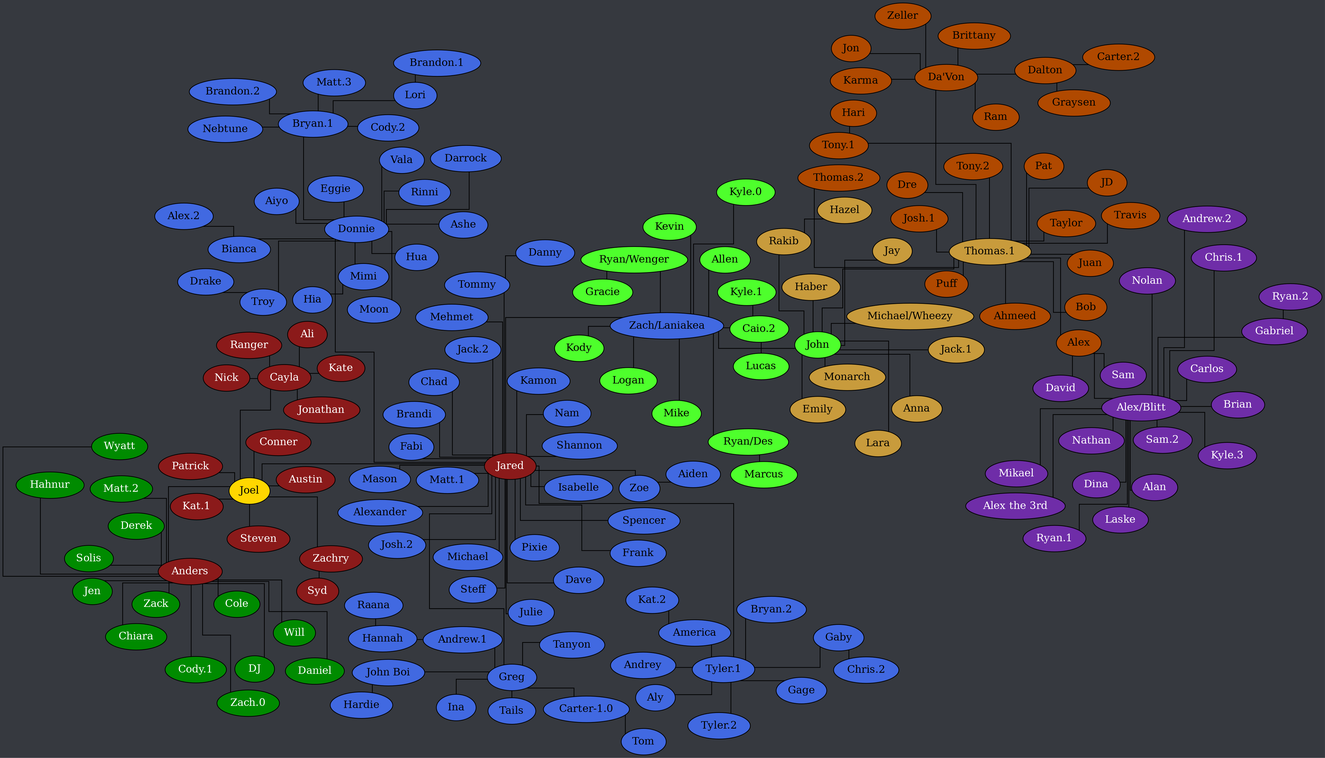
Before: tree.png, a diagram exported from Graphviz (Documidas/CoronaCatzFamilyTree). Its source is kept beside it as tree.dot. Source of this version:
```dot
strict graph {
	layout = neato;
	dpi = 200;
	epsilon = 0.01;
	mode = major;
	model = subset;
	overlap = false;
	splines = ortho;
	start = rand;

	graph [ truecolor=true bgcolor="#36393f" ];
	node [ style=filled fillcolor="gray" fontcolor="black" ];

	subgraph "Joel" {
		node [ style=filled fillcolor="firebrick4" fontcolor="white" ];
		Joel [ style=filled fillcolor="gold" fontcolor="black" ];

		Cayla -- Ali;
		Cayla -- Jonathan;
		Cayla -- Kate;
		Cayla -- Nick;
		Cayla -- Ranger;
		Joel -- Anders;
		Joel -- Austin;
		Joel -- Cayla;
		Joel -- Conner;
		Joel -- Jared;
		Joel -- "Kat.1";
		Joel -- Patrick;
		Joel -- Steven;
		Joel -- Zachry;
		Zachry -- Syd;
	}

	subgraph "Anders" {
		node [ style=filled fillcolor="green4" fontcolor="white" ];

		Anders -- Chiara;
		Anders -- "Cody.1";
		Anders -- Cole;
		Anders -- Daniel;
		Anders -- Derek;
		Anders -- DJ;
		Anders -- Hahnur;
		Anders -- Jen;
		Anders -- "Matt.2";
		Anders -- Solis;
		Anders -- Will;
		Anders -- Wyatt;
		Anders -- "Zach.0";
		Anders -- Zack;
	}

	subgraph "Jared" {
		node [ style=filled fillcolor="royalblue" fontcolor="black" ];

		"Andrew.1" -- Hannah;
		America -- "Kat.2";
		Bianca -- "Alex.2";
		"Bryan.1" -- "Brandon.2";
		"Bryan.1" -- "Cody.2";
		"Bryan.1" -- Lori;
		"Bryan.1" -- "Matt.3";
		"Bryan.1" -- Nebtune;
		"Carter-1.0" -- Tom;
		Donnie -- Aiyo;
		Donnie -- Ashe;
		Donnie -- Bianca;
		Donnie -- "Bryan.1";
		Donnie -- Darrock;
		Donnie -- Eggie;
		Donnie -- Hua;
		Donnie -- Mimi;
		Donnie -- Moon;
		Donnie -- Rinni;
		Donnie -- Troy;
		Donnie -- Vala;
		Gaby -- "Chris.2";
		Greg -- "Andrew.1";
		Greg -- "Carter-1.0";
		Greg -- Ina;
		Greg -- "John Boi";
		Greg -- Tails;
		Greg -- Tanyon;
		Hannah -- Raana;
		Lori -- "Brandon.1";
		Jared -- Alexander;
		Jared -- Brandi;
		Jared -- Chad;
		Jared -- Dave;
		Jared -- Donnie;
		Jared -- Fabi;
		Jared -- Frank;
		Jared -- Greg;
		Jared -- Isabelle;
		Jared -- "Jack.2";
		Jared -- "Josh.2";
		Jared -- Julie;
		Jared -- Kamon;
		Jared -- Mason;
		Jared -- "Matt.1";
		Jared -- Mehmet;
		Jared -- Michael;
		Jared -- Nam;
		Jared -- Pixie;
		Jared -- Shannon;
		Jared -- Spencer;
		Jared -- Steff;
		Jared -- Tommy;
		Jared -- "Tyler.1";
		Jared -- "Zach/Laniakea";
		Jared -- Zoe;
		"John Boi" -- Hardie;
		Mimi -- Hia;
		Tommy -- Danny;
		Troy -- Drake;
		"Tyler.1" -- Aly;
		"Tyler.1" -- America;
		"Tyler.1" -- Andrey;
		"Tyler.1" -- "Bryan.2";
		"Tyler.1" -- Gaby;
		"Tyler.1" -- Gage;
		"Tyler.1" -- "Tyler.2";
		Zoe -- Aiden;
	}

	subgraph "Zach/Laniakea" {
		node [ style=filled fillcolor="#4eff2c" fontcolor="black" ];

		"Caio.2" -- "Kyle.1";
		"Caio.2" -- Lucas;
		"Ryan/Des" -- Marcus;
		"Ryan/Wenger" -- Gracie;
		"Zach/Laniakea" -- Allen;
		"Zach/Laniakea" -- "Caio.2";
		"Zach/Laniakea" -- John;
		"Zach/Laniakea" -- Logan;
		"Zach/Laniakea" -- Kevin;
		"Zach/Laniakea" -- Kody;
		"Zach/Laniakea" -- "Kyle.0";
		"Zach/Laniakea" -- Mike;
		"Zach/Laniakea" -- "Ryan/Des";
		"Zach/Laniakea" -- "Ryan/Wenger";
	}

	subgraph "John" {
		node [ style=filled fillcolor="#c89b3c" fontcolor="black" ];

		John -- Anna;
		John -- Emily;
		John -- Haber;
		John -- Jay;
		John -- "Jack.1";
		John -- Lara;
		John -- Monarch;
		John -- Rakib;
		John -- "Thomas.1";
		Rakib -- Hazel;
	}

	subgraph "John-stream" {
		node [ style=filled fillcolor="#c89b3c" fontcolor="black" ];

		John -- "Michael/Wheezy";
	}

	subgraph "Thomas.1" {
		node [ style=filled fillcolor="#b04900" fontcolor="black" ];

		"Da'Von" -- Brittany;
		"Da'Von" -- Dalton;
		"Da'Von" -- Jon;
		"Da'Von" -- Karma;
		"Da'Von" -- Ram;
		"Da'Von" -- Zeller;
		Dalton -- "Carter.2";
		Dalton -- Graysen;
		"Thomas.1" -- Ahmeed;
		"Thomas.1" -- Alex;
		"Thomas.1" -- Bob;
		"Thomas.1" -- "Da'Von";
		"Thomas.1" -- Dre;
		"Thomas.1" -- JD;
		"Thomas.1" -- "Josh.1";
		"Thomas.1" -- Juan;
		"Thomas.1" -- Pat;
		"Thomas.1" -- Puff;
		"Thomas.1" -- Taylor;
		"Thomas.1" -- "Thomas.2";
		"Thomas.1" -- "Tony.1";
		"Thomas.1" -- "Tony.2";
		"Thomas.1" -- Travis;
		"Tony.1" -- Hari;
	}

	subgraph "Alex" {
		node [ style=filled fillcolor="#6f2da8" fontcolor="white" ];

		Alex -- "Alex/Blitt";
		Alex -- David;
		Alex -- Sam;
		"Alex/Blitt" -- Alan;
		"Alex/Blitt" -- "Alex the 3rd";
		"Alex/Blitt" -- "Andrew.2";
		"Alex/Blitt" -- Brian;
		"Alex/Blitt" -- Carlos;
		"Alex/Blitt" -- "Chris.1";
		"Alex/Blitt" -- Dina;
		"Alex/Blitt" -- Gabriel;
		"Alex/Blitt" -- "Kyle.3";
		"Alex/Blitt" -- Laske;
		"Alex/Blitt" -- Mikael;
		"Alex/Blitt" -- Nathan;
		"Alex/Blitt" -- Nolan;
		"Alex/Blitt" -- "Ryan.1";
		"Alex/Blitt" -- "Sam.2";
		Gabriel -- "Ryan.2";
	}
}
```
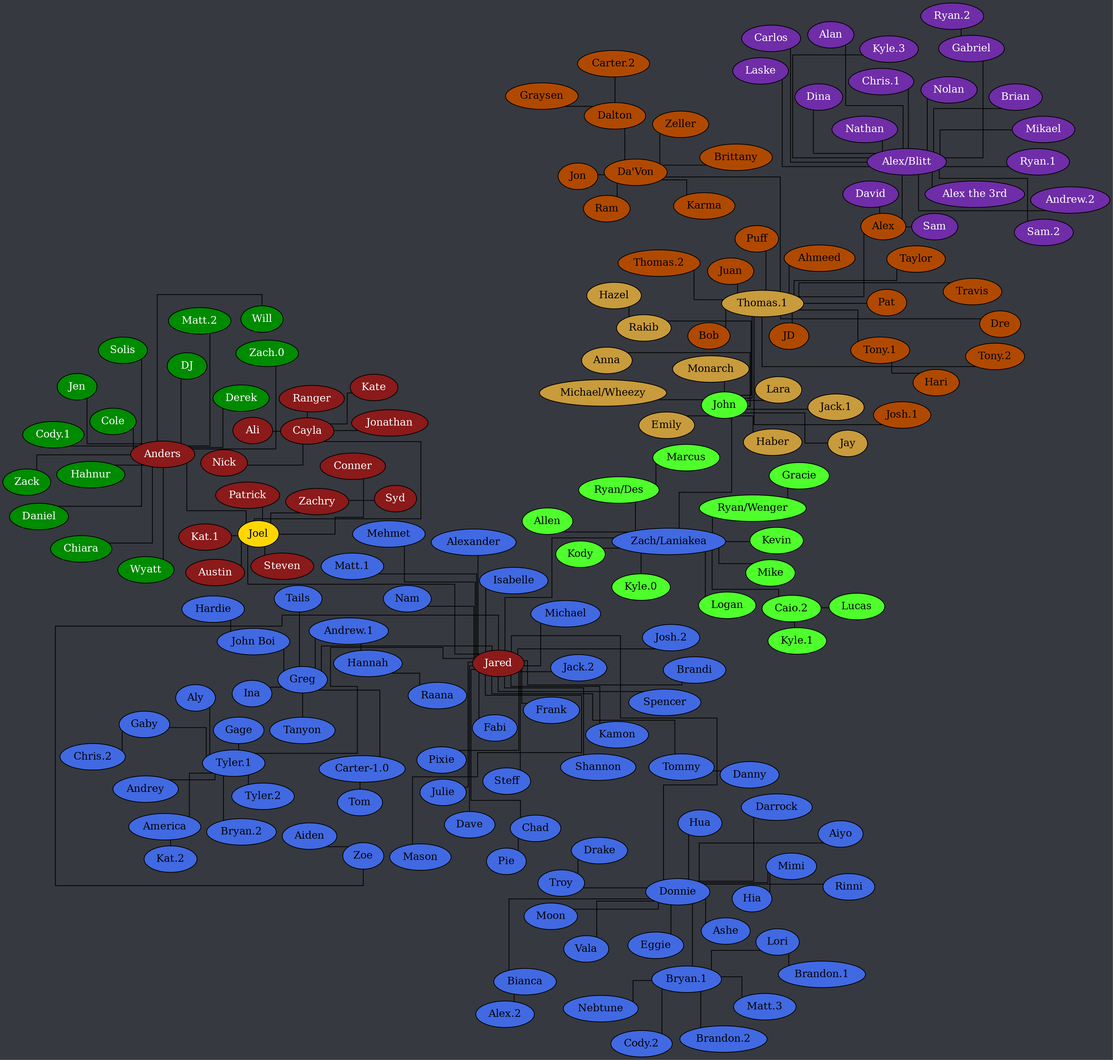
After the commit.

Change to the diagram source:
```diff
@@ -63,6 +63,7 @@
 		"Bryan.1" -- "Matt.3";
 		"Bryan.1" -- Nebtune;
 		"Carter-1.0" -- Tom;
+		Chad -- Pie;
 		Donnie -- Aiyo;
 		Donnie -- Ashe;
 		Donnie -- Bianca;
```
